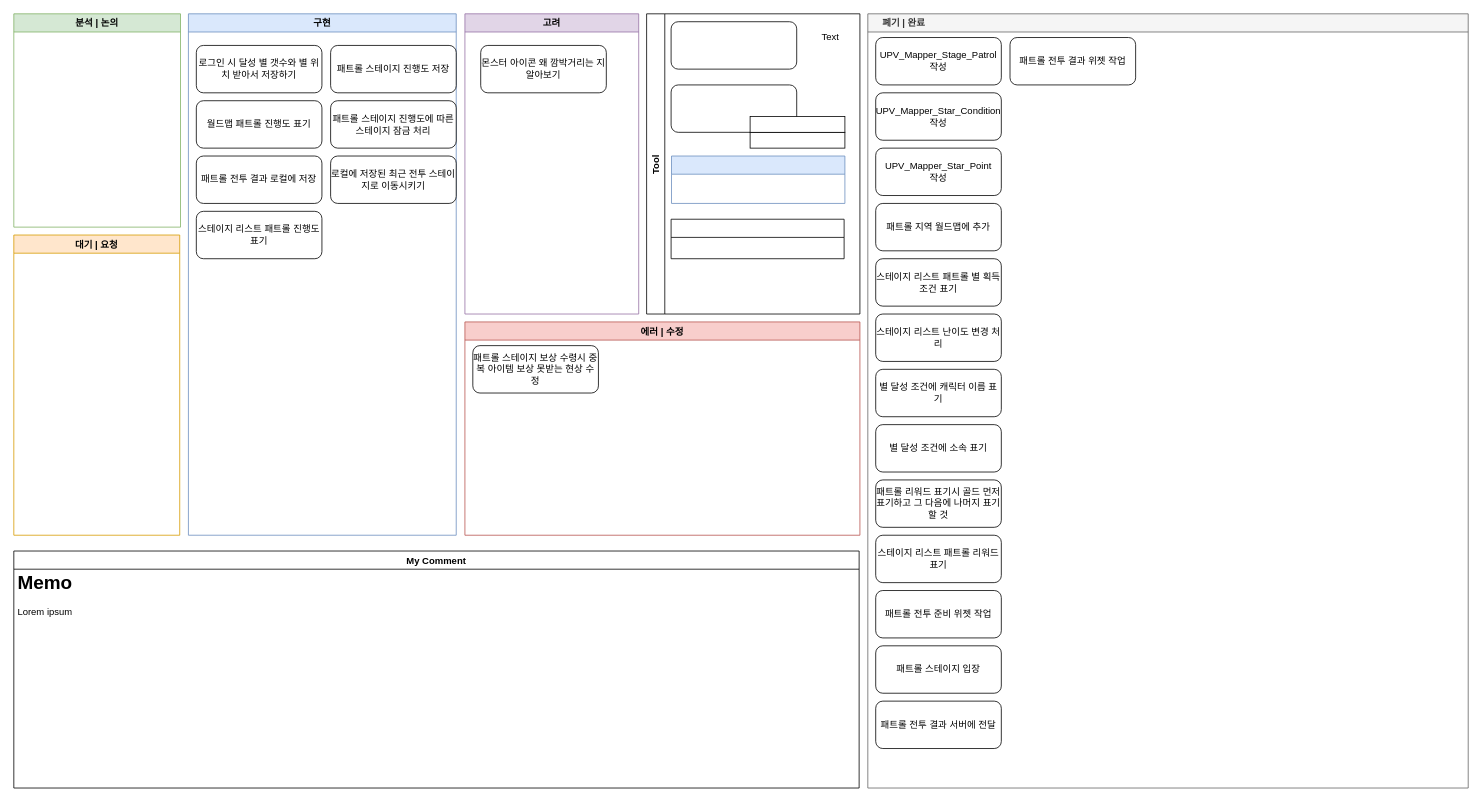
Above: 반복 스테이지 진행상황.drawio in Endorr/Job-Board (draw.io), before the change. Source tidied: cells renumbered, new cells numbered last; positions are measured from the earlier drawing's top-left corner, leaving out a move shared by most shapes. Both pictures are drawn from the tidied source at 79%, with x=0, y=0 at pixel (13, 13).
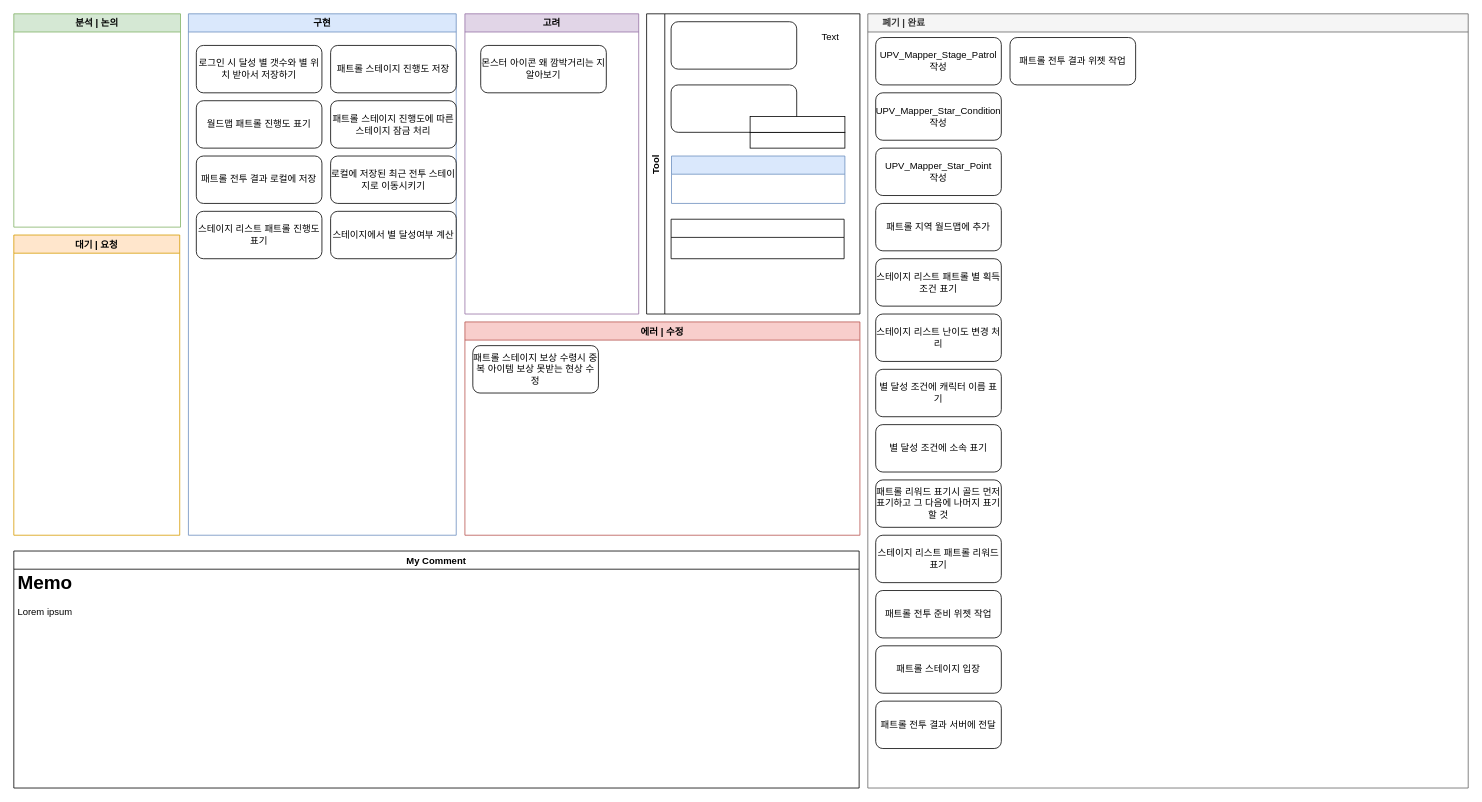
The same diagram, later.

Commit message:
Update 반복 스테이지 진행상황.drawio

Unchanged cells that the change refers to:
```xml
<mxCell id="2" value="구현" style="swimlane;fillColor=#dae8fc;strokeColor=#6c8ebf;" parent="1" vertex="1">
  <mxGeometry x="221" width="339" height="660" as="geometry" />
</mxCell>
```

The edit, as a diff of the source:
```diff
@@
+    <mxCell id="42" value="스테이지에서 별 달성여부 계산" style="rounded=1;whiteSpace=wrap;html=1;" parent="2" vertex="1">
+      <mxGeometry x="180" y="250" width="159" height="60" as="geometry" />
+    </mxCell>
```
